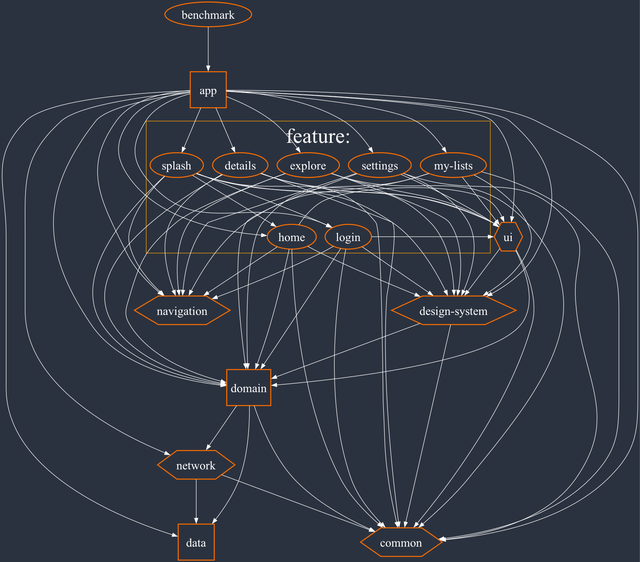
This is tools/dependency-graph/project_digraph.dot.png from enesky/Doodle, a Graphviz export, as it was before one commit. Its source is kept beside it as tools/dependency-graph/project_digraph.dot.
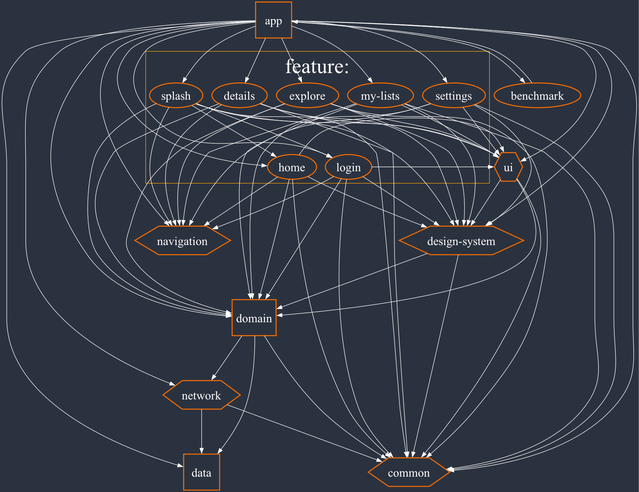
The same file after the commit.

Commit message:
updated: dependency graph with benchmark module

Change to the diagram source:
```diff
@@ -16,6 +16,7 @@
     }
 
     # Dependencies
+    "app" -> "benchmark"
     "app" -> "common"
     "app" -> "data"
     "app" -> "design-system"
@@ -30,6 +31,7 @@
     "app" -> "my-lists"
     "app" -> "settings"
     "app" -> "splash"
+    "benchmark" -> "app"
     "design-system" -> "common"
     "design-system" -> "domain"
     "domain" -> "common"
@@ -77,5 +79,4 @@
     "splash" -> "ui"
     "splash" -> "home"
     "splash" -> "login"
-    "benchmark" -> "app"
 }
```
